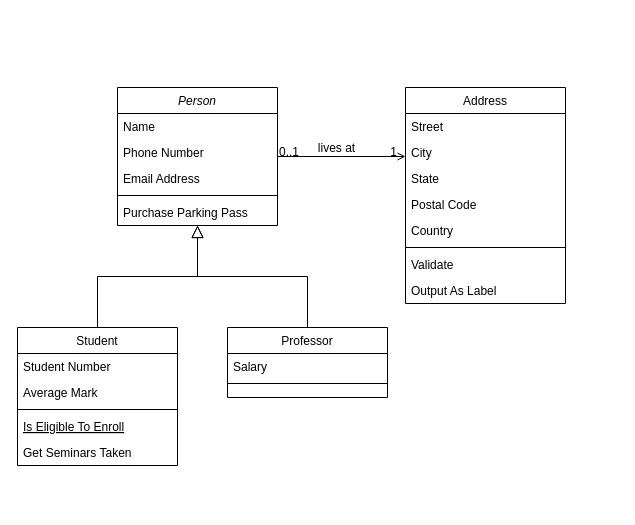
Earlier version of the draw.io diagram imagenes/Diagrama W.drawio (freddier/hyperblog). Source tidied: cells renumbered, new cells numbered last; positions are measured from the earlier drawing's top-left corner, leaving out a move shared by most shapes. Both pictures are drawn from the tidied source at 100%, with x=0, y=0 at pixel (17, 87).
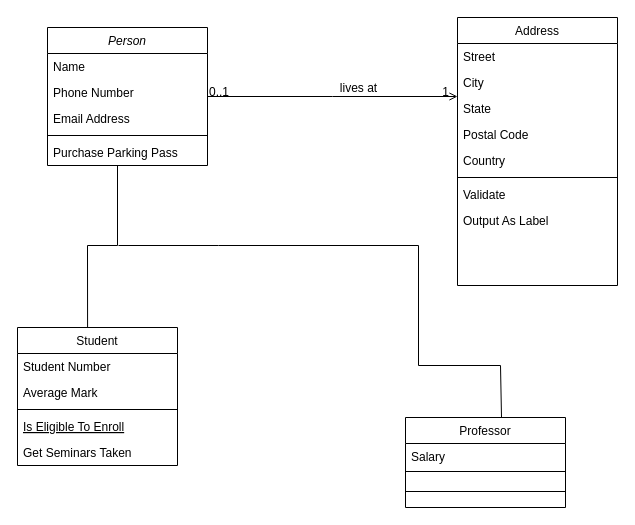
The same diagram, later.

The change refers to these unchanged cells:
```xml
<mxCell id="8" value="Student" style="swimlane;fontStyle=0;align=center;verticalAlign=top;horizontal=1;startSize=26;rounded=0;shadow=0;strokeWidth=1;" parent="1" vertex="1">
  <mxGeometry y="240" width="160" height="138" as="geometry" />
</mxCell>
```

Diff of the diagram source:
```diff
@@
     <mxCell id="2" value="Person" style="swimlane;fontStyle=2;align=center;verticalAlign=top;horizontal=1;startSize=26;rounded=0;shadow=0;strokeWidth=1;" parent="1" vertex="1">
-      <mxGeometry x="100" width="160" height="138" as="geometry" />
+      <mxGeometry x="30" y="-60" width="160" height="138" as="geometry" />
     </mxCell>
@@
-    <mxCell id="14" style="endArrow=block;endSize=10;endFill=0;shadow=0;strokeWidth=1;rounded=0;edgeStyle=elbowEdgeStyle;elbow=vertical;" parent="1" edge="1" source="8" target="2">
-      <mxGeometry relative="1" as="geometry" />
-    </mxCell>
     <mxCell id="15" value="Professor" style="swimlane;fontStyle=0;align=center;verticalAlign=top;horizontal=1;startSize=26;rounded=0;shadow=0;strokeWidth=1;" parent="1" vertex="1">
-      <mxGeometry x="210" y="240" width="160" height="70" as="geometry" />
+      <mxGeometry x="388" y="330" width="160" height="90" as="geometry" />
     </mxCell>
     <mxCell id="16" value="Salary" style="text;align=left;verticalAlign=top;spacingLeft=4;spacingRight=4;overflow=hidden;" parent="15" vertex="1">
-      <mxGeometry y="26" width="160" height="26" as="geometry" />
+      <mxGeometry y="26" width="160" height="24" as="geometry" />
     </mxCell>
     <mxCell id="17" style="line;html=1;strokeWidth=1;align=left;verticalAlign=middle;spacingTop=-1;spacingLeft=3;spacingRight=3;labelPosition=right;" parent="15" vertex="1">
-      <mxGeometry y="52" width="160" height="8" as="geometry" />
+      <mxGeometry y="50" width="160" as="geometry" />
     </mxCell>
-    <mxCell id="18" style="endArrow=block;endSize=10;endFill=0;shadow=0;strokeWidth=1;rounded=0;edgeStyle=elbowEdgeStyle;elbow=vertical;" parent="1" edge="1" source="15" target="2">
-      <mxGeometry relative="1" as="geometry" />
-    </mxCell>
+    <mxCell id="32" style="line;html=1;strokeWidth=1;align=left;verticalAlign=middle;spacingTop=-1;spacingLeft=3;spacingRight=3;labelPosition=right;" parent="15" vertex="1">
+      <mxGeometry y="50" width="160" height="8" as="geometry" />
+    </mxCell>
+    <mxCell id="33" style="line;html=1;strokeWidth=1;align=left;verticalAlign=middle;spacingTop=-1;spacingLeft=3;spacingRight=3;labelPosition=right;" parent="15" vertex="1">
+      <mxGeometry y="58" width="160" height="32" as="geometry" />
+    </mxCell>
     <mxCell id="19" value="Address" style="swimlane;fontStyle=0;align=center;verticalAlign=top;horizontal=1;startSize=26;rounded=0;shadow=0;strokeWidth=1;" parent="1" vertex="1">
-      <mxGeometry x="388" width="160" height="216" as="geometry" />
+      <mxGeometry x="440" y="-70" width="160" height="268" as="geometry" />
     </mxCell>
@@
+    <mxCell id="34" style="text;align=left;verticalAlign=top;spacingLeft=4;spacingRight=4;overflow=hidden;" parent="19" vertex="1">
+      <mxGeometry y="216" width="160" height="26" as="geometry" />
+    </mxCell>
+    <mxCell id="35" style="text;align=left;verticalAlign=top;spacingLeft=4;spacingRight=4;overflow=hidden;" parent="19" vertex="1">
+      <mxGeometry y="242" width="160" height="26" as="geometry" />
+    </mxCell>
@@
+    <mxCell id="36" style="endArrow=none;html=1;rounded=0;exitX=0.438;exitY=0;exitDx=0;exitDy=0;exitPerimeter=0;" parent="1" edge="1" source="8">
+      <mxGeometry relative="1" as="geometry">
+        <mxPoint x="100" y="78" as="targetPoint" />
+        <Array as="points">
+          <mxPoint x="70" y="158" />
+          <mxPoint x="100" y="158" />
+        </Array>
+      </mxGeometry>
+    </mxCell>
+    <mxCell id="37" style="endArrow=none;html=1;rounded=0;entryX=0.6;entryY=0;entryDx=0;entryDy=0;entryPerimeter=0;" parent="1" edge="1" target="15">
+      <mxGeometry relative="1" as="geometry">
+        <mxPoint x="101" y="158" as="sourcePoint" />
+        <Array as="points">
+          <mxPoint x="201" y="158" />
+          <mxPoint x="401" y="158" />
+          <mxPoint x="401" y="278" />
+          <mxPoint x="483" y="278" />
+        </Array>
+      </mxGeometry>
+    </mxCell>
```
